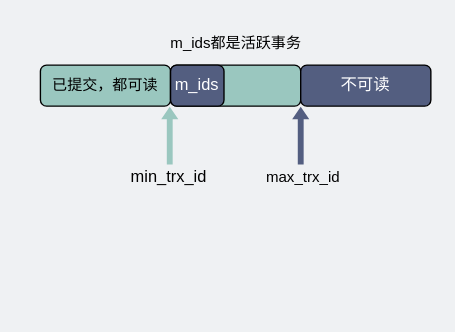
This is network/readview与undo版本链.drawio from xiaobaiTech/image, a draw.io file, before an edit. Source tidied: cells renumbered, new cells numbered last; positions are measured from the earlier drawing's top-left corner, leaving out a move shared by most shapes. Both pictures are drawn from the tidied source at 137%, with x=0, y=0 at pixel (40, 23).
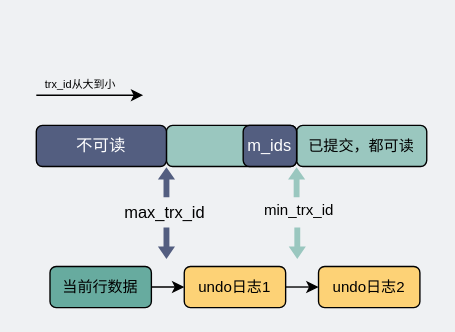
The same page after the edit.

The edit, as a diff of the source:
```diff
@@
     <mxCell id="2" value="&lt;span style=&quot;font-size: 11px&quot;&gt;已提交，都可读&lt;/span&gt;" style="rounded=1;whiteSpace=wrap;html=1;fillColor=#9AC7BF;" parent="1" vertex="1">
-      <mxGeometry y="30" width="95" height="30" as="geometry" />
+      <mxGeometry x="187" y="74" width="95" height="30" as="geometry" />
     </mxCell>
     <mxCell id="3" style="rounded=1;whiteSpace=wrap;html=1;fillColor=#9AC7BF;" parent="1" vertex="1">
-      <mxGeometry x="95" y="30" width="95" height="30" as="geometry" />
+      <mxGeometry x="92" y="74" width="95" height="30" as="geometry" />
     </mxCell>
     <mxCell id="4" value="不可读" style="rounded=1;whiteSpace=wrap;html=1;fillColor=#535E80;fontColor=#FFFFFF;" parent="1" vertex="1">
-      <mxGeometry x="190" y="30" width="95" height="30" as="geometry" />
+      <mxGeometry x="-3" y="74" width="95" height="30" as="geometry" />
     </mxCell>
-    <mxCell id="5" style="shape=flexArrow;endArrow=classic;html=1;rounded=0;strokeColor=none;fillColor=#9AC7BF;endWidth=7.212325469427058;endSize=2.664676616915423;width=4.278606965174129;" parent="1" edge="1">
-      <mxGeometry relative="1" as="geometry">
-        <mxPoint x="94.4" y="103" as="sourcePoint" />
-        <mxPoint x="94.4" y="60" as="targetPoint" />
-      </mxGeometry>
-    </mxCell>
-    <mxCell id="6" value="min_trx_id" style="text;html=1;strokeColor=none;fillColor=none;align=center;verticalAlign=middle;whiteSpace=wrap;rounded=0;" parent="1" vertex="1">
-      <mxGeometry x="64" y="97" width="60" height="30" as="geometry" />
+    <mxCell id="6" value="max_trx_id" style="text;html=1;strokeColor=none;fillColor=none;align=center;verticalAlign=middle;whiteSpace=wrap;rounded=0;" parent="1" vertex="1">
+      <mxGeometry x="61" y="123" width="60" height="30" as="geometry" />
     </mxCell>
-    <mxCell id="7" style="shape=flexArrow;endArrow=classic;html=1;rounded=0;strokeColor=none;fillColor=#535E80;endWidth=7.212325469427058;endSize=2.664676616915423;width=4.278606965174129;fontColor=#535E80;" parent="1" edge="1">
+    <mxCell id="7" style="shape=flexArrow;endArrow=classic;html=1;rounded=0;strokeColor=none;fillColor=#9AC7BF;endWidth=7.212325469427058;endSize=2.664676616915423;width=4.278606965174129;fontColor=#535E80;" parent="1" edge="1">
       <mxGeometry relative="1" as="geometry">
-        <mxPoint x="190" y="103" as="sourcePoint" />
-        <mxPoint x="190" y="60" as="targetPoint" />
+        <mxPoint x="187" y="127" as="sourcePoint" />
+        <mxPoint x="187" y="104" as="targetPoint" />
       </mxGeometry>
     </mxCell>
-    <mxCell id="8" value="&lt;font style=&quot;font-size: 11px&quot;&gt;max_trx_id&lt;/font&gt;" style="text;html=1;strokeColor=none;fillColor=none;align=center;verticalAlign=middle;whiteSpace=wrap;rounded=0;" parent="1" vertex="1">
-      <mxGeometry x="162" y="97" width="60" height="30" as="geometry" />
+    <mxCell id="8" value="&lt;font style=&quot;font-size: 11px&quot;&gt;min_trx_id&lt;/font&gt;" style="text;html=1;strokeColor=none;fillColor=none;align=center;verticalAlign=middle;whiteSpace=wrap;rounded=0;" parent="1" vertex="1">
+      <mxGeometry x="159" y="121" width="60" height="30" as="geometry" />
     </mxCell>
     <mxCell id="9" value="&lt;font color=&quot;#ffffff&quot;&gt;m_ids&lt;/font&gt;" style="rounded=1;whiteSpace=wrap;html=1;fillColor=#535E80;" parent="1" vertex="1">
-      <mxGeometry x="95" y="30" width="39" height="30" as="geometry" />
+      <mxGeometry x="148" y="74" width="39" height="30" as="geometry" />
     </mxCell>
-    <mxCell id="10" value="m_ids都是活跃事务" style="text;html=1;strokeColor=none;fillColor=none;align=center;verticalAlign=middle;whiteSpace=wrap;rounded=0;fontSize=11;" parent="1" vertex="1">
-      <mxGeometry x="88" width="110" height="27" as="geometry" />
-    </mxCell>
+    <mxCell id="11" style="endArrow=classic;html=1;rounded=0;fillColor=#535E80;" parent="1" edge="1">
+      <mxGeometry relative="1" as="geometry">
+        <mxPoint x="-3" y="52" as="sourcePoint" />
+        <mxPoint x="75" y="52" as="targetPoint" />
+      </mxGeometry>
+    </mxCell>
+    <mxCell id="12" value="&lt;font style=&quot;font-size: 8px&quot;&gt;trx_id从大到小&lt;/font&gt;" style="text;html=1;strokeColor=none;fillColor=none;align=center;verticalAlign=middle;whiteSpace=wrap;rounded=0;" parent="1" vertex="1">
+      <mxGeometry x="-12" y="35" width="83" height="15" as="geometry" />
+    </mxCell>
+    <mxCell id="13" style="edgeStyle=orthogonalEdgeStyle;rounded=0;jettySize=auto;html=1;exitX=1;exitY=0.5;exitDx=0;exitDy=0;fontSize=8;fillColor=#535E80;" parent="1" edge="1" source="14" target="16">
+      <mxGeometry relative="1" as="geometry" />
+    </mxCell>
+    <mxCell id="14" value="&lt;span style=&quot;font-size: 11px&quot;&gt;当前行数据&lt;/span&gt;" style="rounded=1;whiteSpace=wrap;html=1;fillColor=#67AB9F;" parent="1" vertex="1">
+      <mxGeometry x="7" y="177" width="74" height="30" as="geometry" />
+    </mxCell>
+    <mxCell id="15" style="edgeStyle=orthogonalEdgeStyle;rounded=0;jettySize=auto;html=1;exitX=1;exitY=0.5;exitDx=0;exitDy=0;entryX=0;entryY=0.5;entryDx=0;entryDy=0;fontSize=8;fillColor=#535E80;" parent="1" edge="1" source="16" target="17">
+      <mxGeometry relative="1" as="geometry" />
+    </mxCell>
+    <mxCell id="16" value="&lt;span style=&quot;font-size: 11px&quot;&gt;undo日志1&lt;/span&gt;" style="rounded=1;whiteSpace=wrap;html=1;fillColor=#FDD276;" parent="1" vertex="1">
+      <mxGeometry x="105" y="177" width="74" height="30" as="geometry" />
+    </mxCell>
+    <mxCell id="17" value="&lt;span style=&quot;font-size: 11px&quot;&gt;undo日志2&lt;/span&gt;" style="rounded=1;whiteSpace=wrap;html=1;fillColor=#FDD276;" parent="1" vertex="1">
+      <mxGeometry x="203" y="177" width="74" height="30" as="geometry" />
+    </mxCell>
+    <mxCell id="18" style="shape=flexArrow;endArrow=classic;html=1;rounded=0;strokeColor=none;fillColor=#535E80;endWidth=7.212325469427058;endSize=2.664676616915423;width=4.278606965174129;fontColor=#535E80;" parent="1" edge="1">
+      <mxGeometry relative="1" as="geometry">
+        <mxPoint x="92" y="127" as="sourcePoint" />
+        <mxPoint x="92" y="104" as="targetPoint" />
+      </mxGeometry>
+    </mxCell>
+    <mxCell id="19" style="shape=flexArrow;endArrow=classic;html=1;rounded=0;strokeColor=none;fillColor=#535E80;endWidth=7.212325469427058;endSize=2.664676616915423;width=4.278606965174129;fontColor=#535E80;" parent="1" edge="1">
+      <mxGeometry relative="1" as="geometry">
+        <mxPoint x="92" y="148" as="sourcePoint" />
+        <mxPoint x="92" y="172" as="targetPoint" />
+      </mxGeometry>
+    </mxCell>
+    <mxCell id="20" style="shape=flexArrow;endArrow=classic;html=1;rounded=0;strokeColor=none;fillColor=#9AC7BF;endWidth=7.212325469427058;endSize=2.664676616915423;width=4.278606965174129;fontColor=#535E80;" parent="1" edge="1">
+      <mxGeometry relative="1" as="geometry">
+        <mxPoint x="187.5" y="148" as="sourcePoint" />
+        <mxPoint x="187.5" y="172" as="targetPoint" />
+      </mxGeometry>
+    </mxCell>
```
